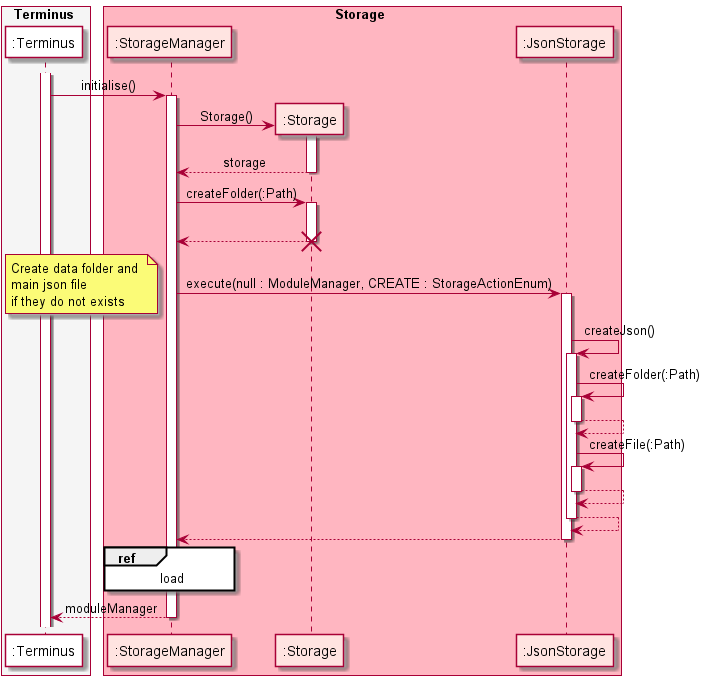
The PlantUML diagram docs/attachments/StorageLoadSequenceDiagram_part1.png in nus-cs2113-AY2122S1/tp, before a commit.
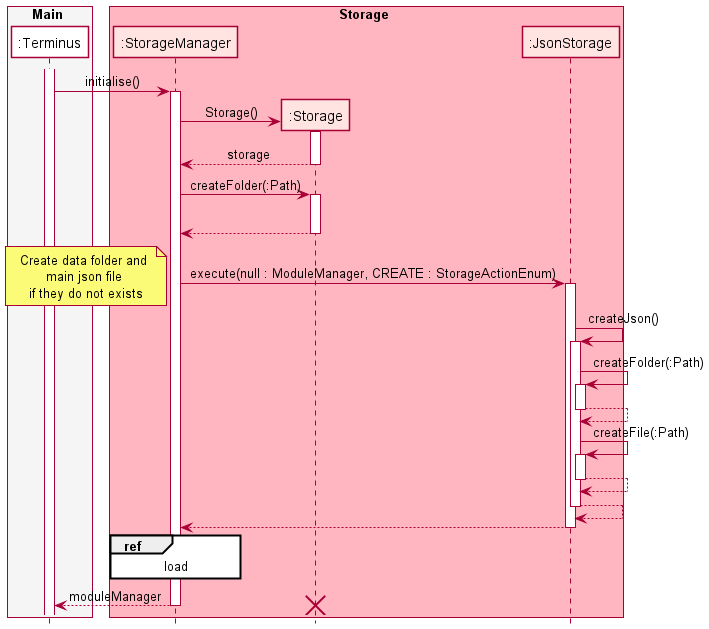
After the commit.

The edit, as a diff of the source:
```diff
@@ -1,15 +1,15 @@
 @startuml
 
-skinparam sequenceMessageAlign center
+!include ../SequenceStyle.puml
 
-box Terminus #whitesmoke
-participant ":Terminus" as Terminus #white
+box Main TERMINUS_BOX_COLOR
+participant ":Terminus" as Terminus TERMINUS_COLOR
 endbox
 
-box Storage #lightpink
-participant ":StorageManager" as StorageManager #mistyrose
-participant ":Storage" as Storage #mistyrose
-participant ":JsonStorage" as JsonStorage #mistyrose
+box Storage STORAGE_BOX_COLOR
+participant ":StorageManager" as StorageManager STORAGE_COLOR
+participant ":Storage" as Storage STORAGE_COLOR
+participant ":JsonStorage" as JsonStorage STORAGE_COLOR
 endbox
 
 activate Terminus
@@ -23,7 +23,6 @@
 activate Storage
 |||
 return
-destroy Storage
 StorageManager -> JsonStorage : execute(null : ModuleManager, CREATE : StorageActionEnum)
 activate JsonStorage
 note left: Create data folder and \nmain json file \nif they do not exists
@@ -41,6 +40,7 @@
   load
 end
 return moduleManager
+destroy Storage
 
 
 @enduml
```
